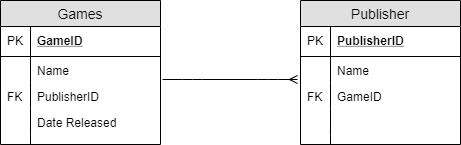
This is README Images/finalERD.png from ChristopherBurns1996/1337Library, a draw.io export, as it was before one commit. Source tidied: cells renumbered, new cells last; positions are measured from the earlier drawing's top-left corner, leaving out a move shared by most shapes. Its diagram source:
```xml
<mxGraphModel>
  <root>
    <mxCell id="0" />
    <mxCell id="1" parent="0" />
    <mxCell id="2" value="Games" style="swimlane;fontStyle=0;horizontal=1;startSize=26;fillColor=#e0e0e0;swimlaneFillColor=#ffffff;align=center;fontSize=14;" parent="1" vertex="1">
      <mxGeometry width="160" height="144" as="geometry" />
    </mxCell>
    <mxCell id="3" value="GameID" style="shape=partialRectangle;top=0;left=0;right=0;bottom=1;align=left;verticalAlign=middle;fillColor=none;spacingLeft=34;spacingRight=4;overflow=hidden;fontStyle=5;fontSize=12;" parent="2" vertex="1">
      <mxGeometry y="26" width="160" height="30" as="geometry" />
    </mxCell>
    <mxCell id="4" value="PK" style="shape=partialRectangle;top=0;left=0;bottom=0;fillColor=none;align=left;verticalAlign=middle;spacingLeft=4;spacingRight=4;overflow=hidden;fontSize=12;" parent="3" vertex="1">
      <mxGeometry width="30" height="30" as="geometry" />
    </mxCell>
    <mxCell id="5" value="Name" style="shape=partialRectangle;top=0;left=0;right=0;bottom=0;align=left;verticalAlign=top;fillColor=none;spacingLeft=34;spacingRight=4;overflow=hidden;fontSize=12;" parent="2" vertex="1">
      <mxGeometry y="56" width="160" height="26" as="geometry" />
    </mxCell>
    <mxCell id="6" style="shape=partialRectangle;top=0;left=0;bottom=0;fillColor=none;align=left;verticalAlign=top;spacingLeft=4;spacingRight=4;overflow=hidden;fontSize=12;" parent="5" vertex="1">
      <mxGeometry width="30" height="26" as="geometry" />
    </mxCell>
    <mxCell id="7" value="PublisherID" style="shape=partialRectangle;top=0;left=0;right=0;bottom=0;align=left;verticalAlign=top;fillColor=none;spacingLeft=34;spacingRight=4;overflow=hidden;points=[[0,0.5],[1,0.5]];portConstraint=eastwest;fontSize=12;" parent="2" vertex="1">
      <mxGeometry y="82" width="160" height="26" as="geometry" />
    </mxCell>
    <mxCell id="8" value="FK" style="shape=partialRectangle;top=0;left=0;bottom=0;fillColor=none;align=left;verticalAlign=top;spacingLeft=4;spacingRight=4;overflow=hidden;fontSize=12;" parent="7" vertex="1">
      <mxGeometry width="30" height="26" as="geometry" />
    </mxCell>
    <mxCell id="9" value="Date Released" style="shape=partialRectangle;top=0;left=0;right=0;bottom=0;align=left;verticalAlign=top;fillColor=none;spacingLeft=34;spacingRight=4;overflow=hidden;fontSize=12;" parent="2" vertex="1">
      <mxGeometry y="108" width="160" height="26" as="geometry" />
    </mxCell>
    <mxCell id="10" style="shape=partialRectangle;top=0;left=0;bottom=0;fillColor=none;align=left;verticalAlign=top;spacingLeft=4;spacingRight=4;overflow=hidden;fontSize=12;" parent="9" vertex="1">
      <mxGeometry width="30" height="26" as="geometry" />
    </mxCell>
    <mxCell id="11" style="shape=partialRectangle;top=0;left=0;right=0;bottom=0;align=left;verticalAlign=top;fillColor=none;spacingLeft=34;spacingRight=4;overflow=hidden;fontSize=12;" parent="2" vertex="1">
      <mxGeometry y="134" width="160" height="10" as="geometry" />
    </mxCell>
    <mxCell id="12" style="shape=partialRectangle;top=0;left=0;bottom=0;fillColor=none;align=left;verticalAlign=top;spacingLeft=4;spacingRight=4;overflow=hidden;fontSize=12;" parent="11" vertex="1">
      <mxGeometry width="30" height="10" as="geometry" />
    </mxCell>
    <mxCell id="13" value="Publisher" style="swimlane;fontStyle=0;horizontal=1;startSize=26;fillColor=#e0e0e0;swimlaneFillColor=#ffffff;align=center;fontSize=14;" parent="1" vertex="1">
      <mxGeometry x="300" width="160" height="144" as="geometry" />
    </mxCell>
    <mxCell id="14" value="PublisherID" style="shape=partialRectangle;top=0;left=0;right=0;bottom=1;align=left;verticalAlign=middle;fillColor=none;spacingLeft=34;spacingRight=4;overflow=hidden;fontStyle=5;fontSize=12;" parent="13" vertex="1">
      <mxGeometry y="26" width="160" height="30" as="geometry" />
    </mxCell>
    <mxCell id="15" value="PK" style="shape=partialRectangle;top=0;left=0;bottom=0;fillColor=none;align=left;verticalAlign=middle;spacingLeft=4;spacingRight=4;overflow=hidden;fontSize=12;" parent="14" vertex="1">
      <mxGeometry width="30" height="30" as="geometry" />
    </mxCell>
    <mxCell id="16" value="Name" style="shape=partialRectangle;top=0;left=0;right=0;bottom=0;align=left;verticalAlign=top;fillColor=none;spacingLeft=34;spacingRight=4;overflow=hidden;points=[[0,0.5],[1,0.5]];portConstraint=eastwest;fontSize=12;" parent="13" vertex="1">
      <mxGeometry y="56" width="160" height="26" as="geometry" />
    </mxCell>
    <mxCell id="17" style="shape=partialRectangle;top=0;left=0;bottom=0;fillColor=none;align=left;verticalAlign=top;spacingLeft=4;spacingRight=4;overflow=hidden;fontSize=12;" parent="16" vertex="1">
      <mxGeometry width="30" height="26" as="geometry" />
    </mxCell>
    <mxCell id="18" value="GameID" style="shape=partialRectangle;top=0;left=0;right=0;bottom=0;align=left;verticalAlign=top;fillColor=none;spacingLeft=34;spacingRight=4;overflow=hidden;fontSize=12;" parent="13" vertex="1">
      <mxGeometry y="82" width="160" height="26" as="geometry" />
    </mxCell>
    <mxCell id="19" value="FK" style="shape=partialRectangle;top=0;left=0;bottom=0;fillColor=none;align=left;verticalAlign=top;spacingLeft=4;spacingRight=4;overflow=hidden;fontSize=12;" parent="18" vertex="1">
      <mxGeometry width="30" height="26" as="geometry" />
    </mxCell>
    <mxCell id="20" style="shape=partialRectangle;top=0;left=0;right=0;bottom=0;align=left;verticalAlign=top;fillColor=none;spacingLeft=34;spacingRight=4;overflow=hidden;fontSize=12;" parent="13" vertex="1">
      <mxGeometry y="108" width="160" height="26" as="geometry" />
    </mxCell>
    <mxCell id="21" style="shape=partialRectangle;top=0;left=0;bottom=0;fillColor=none;align=left;verticalAlign=top;spacingLeft=4;spacingRight=4;overflow=hidden;fontSize=12;" parent="20" vertex="1">
      <mxGeometry width="30" height="26" as="geometry" />
    </mxCell>
    <mxCell id="22" style="shape=partialRectangle;top=0;left=0;right=0;bottom=0;align=left;verticalAlign=top;fillColor=none;spacingLeft=34;spacingRight=4;overflow=hidden;fontSize=12;" parent="13" vertex="1">
      <mxGeometry y="134" width="160" height="10" as="geometry" />
    </mxCell>
    <mxCell id="23" style="shape=partialRectangle;top=0;left=0;bottom=0;fillColor=none;align=left;verticalAlign=top;spacingLeft=4;spacingRight=4;overflow=hidden;fontSize=12;" parent="22" vertex="1">
      <mxGeometry width="30" height="10" as="geometry" />
    </mxCell>
    <mxCell id="24" style="edgeStyle=entityRelationEdgeStyle;fontSize=12;html=1;endArrow=ERmany;entryX=-0.019;entryY=0.885;entryDx=0;entryDy=0;entryPerimeter=0;exitX=1.013;exitY=-0.115;exitDx=0;exitDy=0;exitPerimeter=0;" parent="1" edge="1" source="7" target="16">
      <mxGeometry relative="1" as="geometry" />
    </mxCell>
  </root>
</mxGraphModel>
```
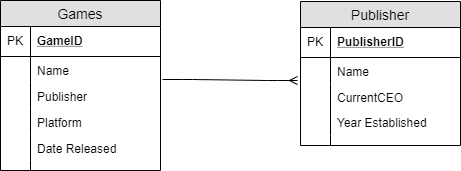
Later version of the same file.

Change to the diagram source:
```diff
@@ -3,7 +3,7 @@
     <mxCell id="0" />
     <mxCell id="1" parent="0" />
     <mxCell id="2" value="Games" style="swimlane;fontStyle=0;horizontal=1;startSize=26;fillColor=#e0e0e0;swimlaneFillColor=#ffffff;align=center;fontSize=14;" parent="1" vertex="1">
-      <mxGeometry width="160" height="144" as="geometry" />
+      <mxGeometry y="-1" width="160" height="170" as="geometry" />
     </mxCell>
     <mxCell id="3" value="GameID" style="shape=partialRectangle;top=0;left=0;right=0;bottom=1;align=left;verticalAlign=middle;fillColor=none;spacingLeft=34;spacingRight=4;overflow=hidden;fontStyle=5;fontSize=12;" parent="2" vertex="1">
       <mxGeometry y="26" width="160" height="30" as="geometry" />
@@ -17,20 +17,26 @@
     <mxCell id="6" style="shape=partialRectangle;top=0;left=0;bottom=0;fillColor=none;align=left;verticalAlign=top;spacingLeft=4;spacingRight=4;overflow=hidden;fontSize=12;" parent="5" vertex="1">
       <mxGeometry width="30" height="26" as="geometry" />
     </mxCell>
-    <mxCell id="7" value="PublisherID" style="shape=partialRectangle;top=0;left=0;right=0;bottom=0;align=left;verticalAlign=top;fillColor=none;spacingLeft=34;spacingRight=4;overflow=hidden;points=[[0,0.5],[1,0.5]];portConstraint=eastwest;fontSize=12;" parent="2" vertex="1">
+    <mxCell id="7" value="Publisher" style="shape=partialRectangle;top=0;left=0;right=0;bottom=0;align=left;verticalAlign=top;fillColor=none;spacingLeft=34;spacingRight=4;overflow=hidden;points=[[0,0.5],[1,0.5]];portConstraint=eastwest;fontSize=12;" parent="2" vertex="1">
       <mxGeometry y="82" width="160" height="26" as="geometry" />
     </mxCell>
-    <mxCell id="8" value="FK" style="shape=partialRectangle;top=0;left=0;bottom=0;fillColor=none;align=left;verticalAlign=top;spacingLeft=4;spacingRight=4;overflow=hidden;fontSize=12;" parent="7" vertex="1">
+    <mxCell id="8" style="shape=partialRectangle;top=0;left=0;bottom=0;fillColor=none;align=left;verticalAlign=top;spacingLeft=4;spacingRight=4;overflow=hidden;fontSize=12;" parent="7" vertex="1">
       <mxGeometry width="30" height="26" as="geometry" />
     </mxCell>
-    <mxCell id="9" value="Date Released" style="shape=partialRectangle;top=0;left=0;right=0;bottom=0;align=left;verticalAlign=top;fillColor=none;spacingLeft=34;spacingRight=4;overflow=hidden;fontSize=12;" parent="2" vertex="1">
+    <mxCell id="9" value="Platform" style="shape=partialRectangle;top=0;left=0;right=0;bottom=0;align=left;verticalAlign=top;fillColor=none;spacingLeft=34;spacingRight=4;overflow=hidden;fontSize=12;" parent="2" vertex="1">
       <mxGeometry y="108" width="160" height="26" as="geometry" />
     </mxCell>
     <mxCell id="10" style="shape=partialRectangle;top=0;left=0;bottom=0;fillColor=none;align=left;verticalAlign=top;spacingLeft=4;spacingRight=4;overflow=hidden;fontSize=12;" parent="9" vertex="1">
       <mxGeometry width="30" height="26" as="geometry" />
     </mxCell>
+    <mxCell id="25" value="Date Released" style="shape=partialRectangle;top=0;left=0;right=0;bottom=0;align=left;verticalAlign=top;fillColor=none;spacingLeft=34;spacingRight=4;overflow=hidden;fontSize=12;" parent="2" vertex="1">
+      <mxGeometry y="134" width="160" height="26" as="geometry" />
+    </mxCell>
+    <mxCell id="26" style="shape=partialRectangle;top=0;left=0;bottom=0;fillColor=none;align=left;verticalAlign=top;spacingLeft=4;spacingRight=4;overflow=hidden;fontSize=12;" parent="25" vertex="1">
+      <mxGeometry width="30" height="26" as="geometry" />
+    </mxCell>
     <mxCell id="11" style="shape=partialRectangle;top=0;left=0;right=0;bottom=0;align=left;verticalAlign=top;fillColor=none;spacingLeft=34;spacingRight=4;overflow=hidden;fontSize=12;" parent="2" vertex="1">
-      <mxGeometry y="134" width="160" height="10" as="geometry" />
+      <mxGeometry y="160" width="160" height="10" as="geometry" />
     </mxCell>
     <mxCell id="12" style="shape=partialRectangle;top=0;left=0;bottom=0;fillColor=none;align=left;verticalAlign=top;spacingLeft=4;spacingRight=4;overflow=hidden;fontSize=12;" parent="11" vertex="1">
       <mxGeometry width="30" height="10" as="geometry" />
@@ -50,10 +56,10 @@
     <mxCell id="17" style="shape=partialRectangle;top=0;left=0;bottom=0;fillColor=none;align=left;verticalAlign=top;spacingLeft=4;spacingRight=4;overflow=hidden;fontSize=12;" parent="16" vertex="1">
       <mxGeometry width="30" height="26" as="geometry" />
     </mxCell>
-    <mxCell id="18" value="GameID" style="shape=partialRectangle;top=0;left=0;right=0;bottom=0;align=left;verticalAlign=top;fillColor=none;spacingLeft=34;spacingRight=4;overflow=hidden;fontSize=12;" parent="13" vertex="1">
+    <mxCell id="18" value="CurrentCEO" style="shape=partialRectangle;top=0;left=0;right=0;bottom=0;align=left;verticalAlign=top;fillColor=none;spacingLeft=34;spacingRight=4;overflow=hidden;fontSize=12;" parent="13" vertex="1">
       <mxGeometry y="82" width="160" height="26" as="geometry" />
     </mxCell>
-    <mxCell id="19" value="FK" style="shape=partialRectangle;top=0;left=0;bottom=0;fillColor=none;align=left;verticalAlign=top;spacingLeft=4;spacingRight=4;overflow=hidden;fontSize=12;" parent="18" vertex="1">
+    <mxCell id="19" style="shape=partialRectangle;top=0;left=0;bottom=0;fillColor=none;align=left;verticalAlign=top;spacingLeft=4;spacingRight=4;overflow=hidden;fontSize=12;" parent="18" vertex="1">
       <mxGeometry width="30" height="26" as="geometry" />
     </mxCell>
     <mxCell id="20" style="shape=partialRectangle;top=0;left=0;right=0;bottom=0;align=left;verticalAlign=top;fillColor=none;spacingLeft=34;spacingRight=4;overflow=hidden;fontSize=12;" parent="13" vertex="1">
@@ -71,5 +77,11 @@
     <mxCell id="24" style="edgeStyle=entityRelationEdgeStyle;fontSize=12;html=1;endArrow=ERmany;entryX=-0.019;entryY=0.885;entryDx=0;entryDy=0;entryPerimeter=0;exitX=1.013;exitY=-0.115;exitDx=0;exitDy=0;exitPerimeter=0;" parent="1" edge="1" source="7" target="16">
       <mxGeometry relative="1" as="geometry" />
     </mxCell>
+    <mxCell id="27" value="Year Established" style="shape=partialRectangle;top=0;left=0;right=0;bottom=0;align=left;verticalAlign=top;fillColor=none;spacingLeft=34;spacingRight=4;overflow=hidden;fontSize=12;" parent="1" vertex="1">
+      <mxGeometry x="300" y="107" width="160" height="26" as="geometry" />
+    </mxCell>
+    <mxCell id="28" style="shape=partialRectangle;top=0;left=0;bottom=0;fillColor=none;align=left;verticalAlign=top;spacingLeft=4;spacingRight=4;overflow=hidden;fontSize=12;" parent="27" vertex="1">
+      <mxGeometry width="30" height="26" as="geometry" />
+    </mxCell>
   </root>
 </mxGraphModel>
```
